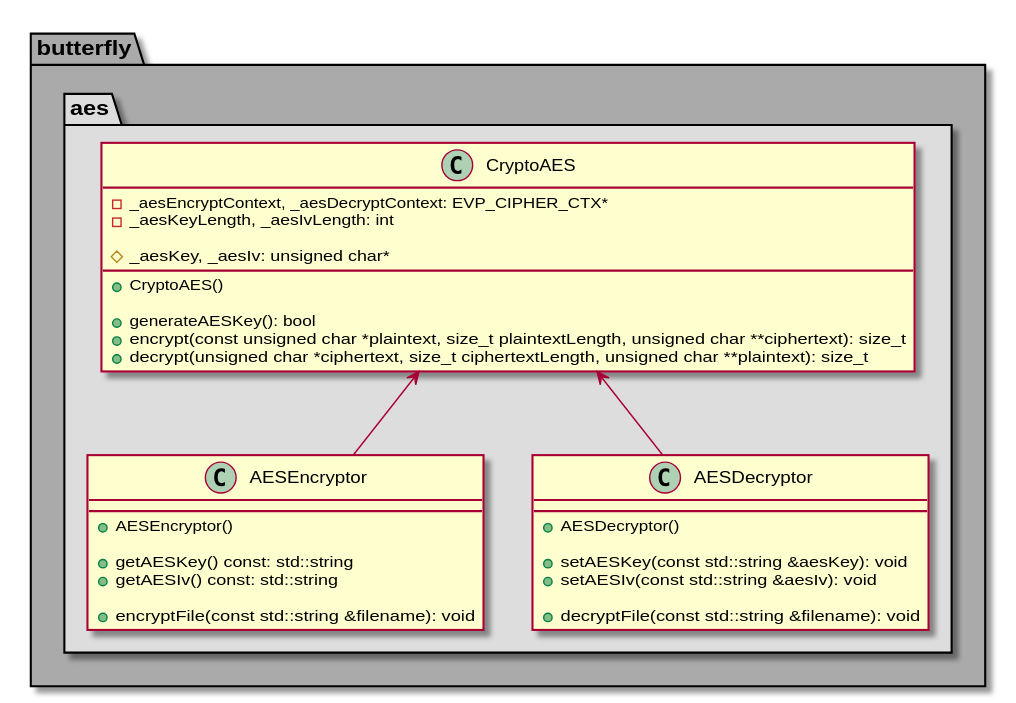
Earlier version of the PlantUML export architecture/class_diagrams/crypto/aes.svg (bierschi/butterfly). Source of this version:
```plantuml
@startuml

package butterfly #AAAAAA
{

package aes #DDDDDD
{

class CryptoAES
{
    -_aesEncryptContext, _aesDecryptContext: EVP_CIPHER_CTX*
    -_aesKeyLength, _aesIvLength: int

    #_aesKey, _aesIv: unsigned char*

    +CryptoAES()

    +generateAESKey(): bool
    +encrypt(const unsigned char *plaintext, size_t plaintextLength, unsigned char **ciphertext): size_t
    +decrypt(unsigned char *ciphertext, size_t ciphertextLength, unsigned char **plaintext): size_t
}

class AESEncryptor
{
    +AESEncryptor()

    +getAESKey() const: std::string
    +getAESIv() const: std::string

    +encryptFile(const std::string &filename): void

}

class AESDecryptor
{
    +AESDecryptor()

    +setAESKey(const std::string &aesKey): void
    +setAESIv(const std::string &aesIv): void

    +decryptFile(const std::string &filename): void
}

CryptoAES <-- AESEncryptor
CryptoAES <-- AESDecryptor
}

}
@enduml
```
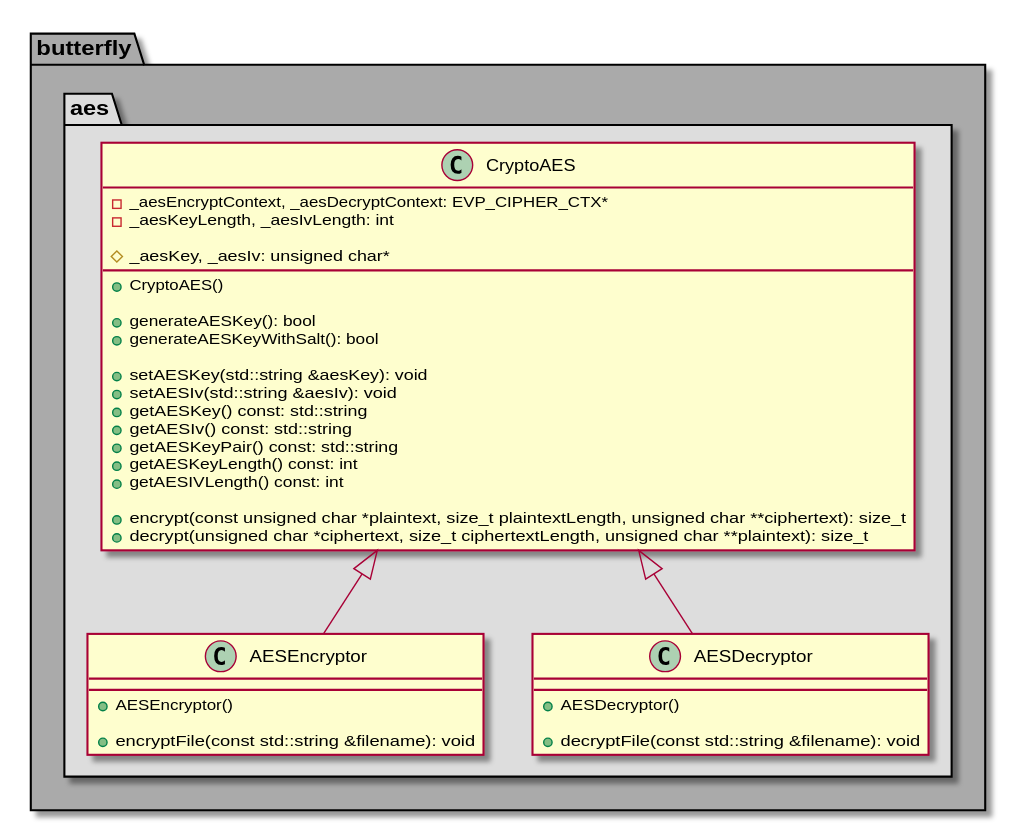
Above is the later version.

Change to the diagram source:
```diff
@@ -16,6 +16,16 @@
     +CryptoAES()
 
     +generateAESKey(): bool
+    +generateAESKeyWithSalt(): bool
+
+    +setAESKey(std::string &aesKey): void
+    +setAESIv(std::string &aesIv): void
+    +getAESKey() const: std::string
+    +getAESIv() const: std::string
+    +getAESKeyPair() const: std::string
+    +getAESKeyLength() const: int
+    +getAESIVLength() const: int
+
     +encrypt(const unsigned char *plaintext, size_t plaintextLength, unsigned char **ciphertext): size_t
     +decrypt(unsigned char *ciphertext, size_t ciphertextLength, unsigned char **plaintext): size_t
 }
@@ -23,9 +33,6 @@
 class AESEncryptor
 {
     +AESEncryptor()
-
-    +getAESKey() const: std::string
-    +getAESIv() const: std::string
 
     +encryptFile(const std::string &filename): void
 
@@ -35,14 +42,11 @@
 {
     +AESDecryptor()
 
-    +setAESKey(const std::string &aesKey): void
-    +setAESIv(const std::string &aesIv): void
-
     +decryptFile(const std::string &filename): void
 }
 
-CryptoAES <-- AESEncryptor
-CryptoAES <-- AESDecryptor
+CryptoAES <|-- AESEncryptor
+CryptoAES <|-- AESDecryptor
 }
 
 }
```
